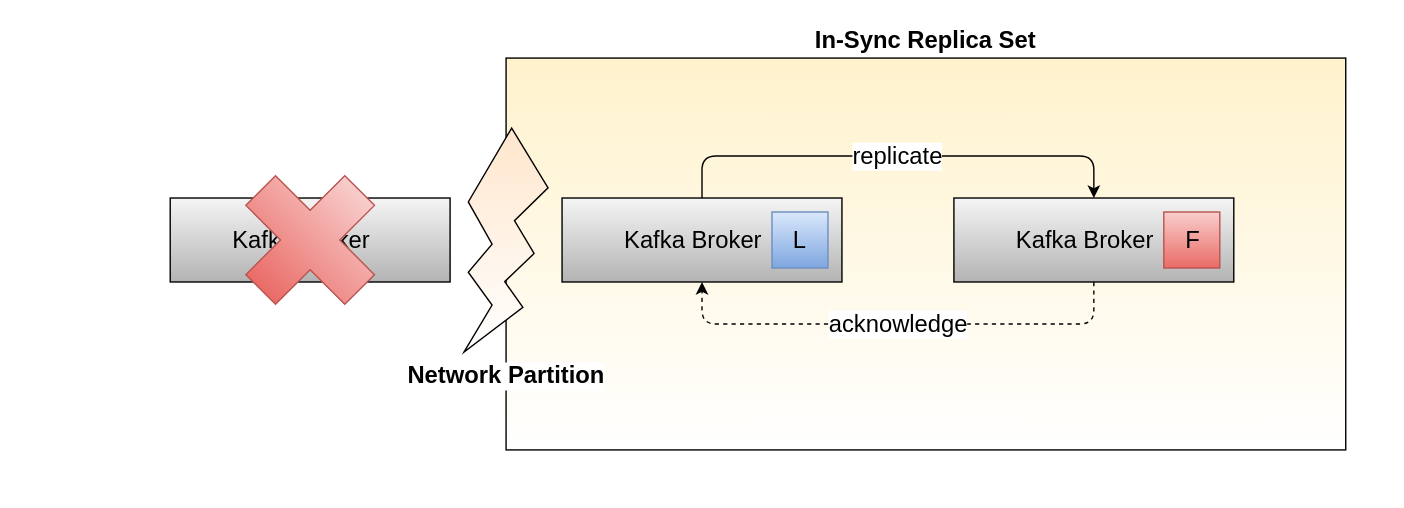
Above: src/kafka-unclean_leader_election_4.svg in mguenther/presentations (draw.io), before the change. Source tidied: cells renumbered, new cells last; positions are measured from the earlier drawing's top-left corner, leaving out a move shared by most shapes.
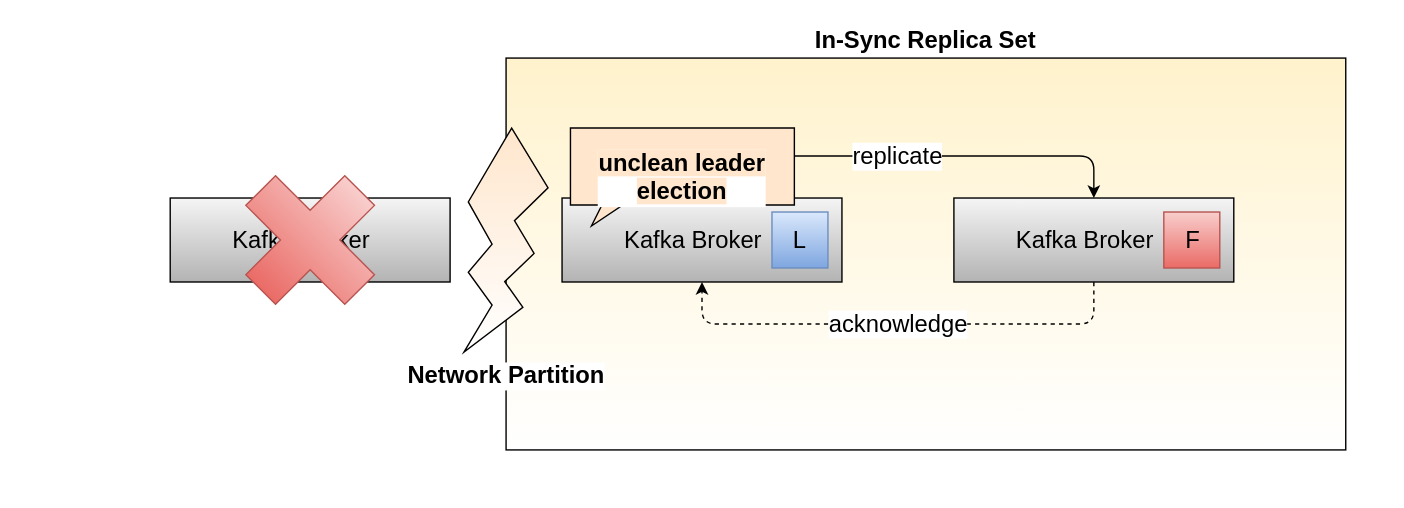
After the commit.

What changed in the source:
```diff
@@ -45,5 +45,8 @@
         </Array>
       </mxGeometry>
     </mxCell>
+    <mxCell id="13" value="&lt;span style=&quot;background-color: rgb(255 , 230 , 204)&quot;&gt;&lt;b&gt;unclean leader&lt;/b&gt;&lt;/span&gt;&lt;div&gt;&lt;span style=&quot;background-color: rgb(255 , 230 , 204)&quot;&gt;&lt;b&gt;election&lt;/b&gt;&lt;/span&gt;&lt;/div&gt;" style="strokeWidth=1;whiteSpace=wrap;html=1;shape=mxgraph.basic.rectCallout;dx=30;dy=15;labelBackgroundColor=#ffffff;fillColor=#FFE6CC;fontFamily=Helvetica;fontSize=17;fontColor=#000000;align=center;strokeColor=#000000;rotation=0;" parent="1" vertex="1">
+      <mxGeometry x="406" y="90" width="160" height="70" as="geometry" />
+    </mxCell>
   </root>
 </mxGraphModel>
```
